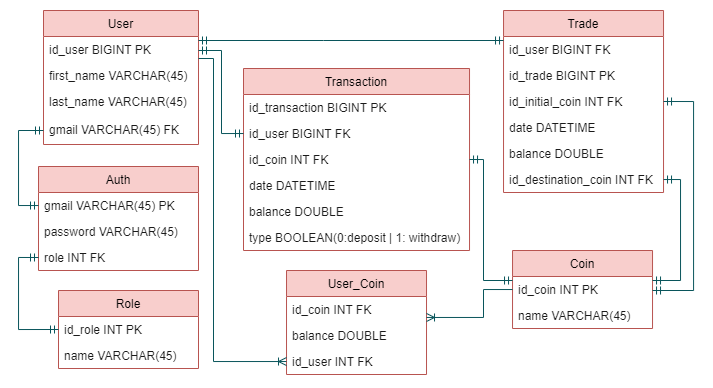
Above: Diagramas/Diagrama Entidad-Relación.png in LeoGrigoriadis/Proyecto-Final-Java (draw.io), before the change. Source tidied: cells renumbered, new cells last; positions are measured from the earlier drawing's top-left corner, leaving out a move shared by most shapes. Its diagram source:
```xml
<mxGraphModel>
  <root>
    <mxCell id="0" />
    <mxCell id="1" parent="0" />
    <mxCell id="2" value="Auth" style="swimlane;fontStyle=0;horizontal=1;startSize=26;fillColor=#f8cecc;strokeColor=#b85450;swimlaneFillColor=default;" parent="1" vertex="1">
      <mxGeometry x="20" y="156" width="160" height="104" as="geometry" />
    </mxCell>
    <mxCell id="3" value="gmail VARCHAR(45) PK" style="text;strokeColor=none;fillColor=none;align=left;verticalAlign=top;spacingLeft=4;spacingRight=4;overflow=hidden;points=[[0,0.5],[1,0.5]];portConstraint=eastwest;fontColor=#1A1A1A;" parent="2" vertex="1">
      <mxGeometry y="26" width="160" height="26" as="geometry" />
    </mxCell>
    <mxCell id="4" value="password VARCHAR(45)" style="text;strokeColor=none;fillColor=none;align=left;verticalAlign=top;spacingLeft=4;spacingRight=4;overflow=hidden;fontColor=#1A1A1A;" parent="2" vertex="1">
      <mxGeometry y="52" width="160" height="26" as="geometry" />
    </mxCell>
    <mxCell id="5" value="role INT FK" style="text;strokeColor=none;fillColor=none;align=left;verticalAlign=top;spacingLeft=4;spacingRight=4;overflow=hidden;points=[[0,0.5],[1,0.5]];portConstraint=eastwest;fontColor=#1A1A1A;" parent="2" vertex="1">
      <mxGeometry y="78" width="160" height="26" as="geometry" />
    </mxCell>
    <mxCell id="6" value="Role" style="swimlane;fontStyle=0;horizontal=1;startSize=26;fillColor=#f8cecc;strokeColor=#b85450;swimlaneFillColor=default;" parent="1" vertex="1">
      <mxGeometry x="40" y="280" width="140" height="78" as="geometry" />
    </mxCell>
    <mxCell id="7" value="id_role INT PK" style="text;strokeColor=none;fillColor=none;align=left;verticalAlign=top;spacingLeft=4;spacingRight=4;overflow=hidden;points=[[0,0.5],[1,0.5]];portConstraint=eastwest;fontColor=#1A1A1A;" parent="6" vertex="1">
      <mxGeometry y="26" width="140" height="26" as="geometry" />
    </mxCell>
    <mxCell id="8" value="name VARCHAR(45)" style="text;strokeColor=none;fillColor=none;align=left;verticalAlign=top;spacingLeft=4;spacingRight=4;overflow=hidden;fontColor=#1A1A1A;" parent="6" vertex="1">
      <mxGeometry y="52" width="140" height="26" as="geometry" />
    </mxCell>
    <mxCell id="9" value="User" style="swimlane;fontStyle=0;horizontal=1;startSize=26;fillColor=#f8cecc;strokeColor=#b85450;swimlaneFillColor=default;" parent="1" vertex="1">
      <mxGeometry x="25" width="155" height="134" as="geometry" />
    </mxCell>
    <mxCell id="10" value="id_user BIGINT PK" style="text;strokeColor=none;fillColor=none;align=left;verticalAlign=top;spacingLeft=4;spacingRight=4;overflow=hidden;points=[[0,0.5],[1,0.5]];portConstraint=eastwest;fontColor=#1A1A1A;" parent="9" vertex="1">
      <mxGeometry y="26" width="155" height="26" as="geometry" />
    </mxCell>
    <mxCell id="11" value="first_name VARCHAR(45)" style="text;strokeColor=none;fillColor=none;align=left;verticalAlign=top;spacingLeft=4;spacingRight=4;overflow=hidden;fontColor=#1A1A1A;" parent="9" vertex="1">
      <mxGeometry y="52" width="155" height="26" as="geometry" />
    </mxCell>
    <mxCell id="12" value="last_name VARCHAR(45)" style="text;strokeColor=none;fillColor=none;align=left;verticalAlign=top;spacingLeft=4;spacingRight=4;overflow=hidden;fontColor=#1A1A1A;" parent="9" vertex="1">
      <mxGeometry y="78" width="155" height="28" as="geometry" />
    </mxCell>
    <mxCell id="13" value="gmail VARCHAR(45) FK" style="text;strokeColor=none;fillColor=none;align=left;verticalAlign=top;spacingLeft=4;spacingRight=4;overflow=hidden;points=[[0,0.5],[1,0.5]];portConstraint=eastwest;fontColor=#1A1A1A;" parent="9" vertex="1">
      <mxGeometry y="106" width="155" height="28" as="geometry" />
    </mxCell>
    <mxCell id="14" value="Coin" style="swimlane;fontStyle=0;horizontal=1;startSize=26;fillColor=#f8cecc;strokeColor=#b85450;swimlaneFillColor=default;" parent="1" vertex="1">
      <mxGeometry x="494" y="240" width="140" height="78" as="geometry" />
    </mxCell>
    <mxCell id="15" value="id_coin INT PK" style="text;strokeColor=none;fillColor=none;align=left;verticalAlign=top;spacingLeft=4;spacingRight=4;overflow=hidden;points=[[0,0.5],[1,0.5]];portConstraint=eastwest;fontColor=#1A1A1A;" parent="14" vertex="1">
      <mxGeometry y="26" width="140" height="26" as="geometry" />
    </mxCell>
    <mxCell id="16" value="name VARCHAR(45)" style="text;strokeColor=none;fillColor=none;align=left;verticalAlign=top;spacingLeft=4;spacingRight=4;overflow=hidden;fontColor=#1A1A1A;" parent="14" vertex="1">
      <mxGeometry y="52" width="140" height="26" as="geometry" />
    </mxCell>
    <mxCell id="17" value="Transaction" style="swimlane;fontStyle=0;horizontal=1;startSize=26;fillColor=#f8cecc;strokeColor=#b85450;swimlaneFillColor=default;" parent="1" vertex="1">
      <mxGeometry x="225" y="58" width="226" height="182" as="geometry" />
    </mxCell>
    <mxCell id="18" value="id_transaction BIGINT PK" style="text;strokeColor=none;fillColor=none;align=left;verticalAlign=top;spacingLeft=4;spacingRight=4;overflow=hidden;fontColor=#1A1A1A;" parent="17" vertex="1">
      <mxGeometry y="26" width="226" height="26" as="geometry" />
    </mxCell>
    <mxCell id="19" value="id_user BIGINT FK" style="text;strokeColor=none;fillColor=none;align=left;verticalAlign=top;spacingLeft=4;spacingRight=4;overflow=hidden;points=[[0,0.5],[1,0.5]];portConstraint=eastwest;fontColor=#1A1A1A;" parent="17" vertex="1">
      <mxGeometry y="52" width="226" height="26" as="geometry" />
    </mxCell>
    <mxCell id="20" value="id_coin INT FK" style="text;strokeColor=none;fillColor=none;align=left;verticalAlign=top;spacingLeft=4;spacingRight=4;overflow=hidden;points=[[0,0.5],[1,0.5]];portConstraint=eastwest;fontColor=#1A1A1A;" parent="17" vertex="1">
      <mxGeometry y="78" width="226" height="26" as="geometry" />
    </mxCell>
    <mxCell id="21" value="date DATETIME" style="text;strokeColor=none;fillColor=none;align=left;verticalAlign=top;spacingLeft=4;spacingRight=4;overflow=hidden;fontColor=#1A1A1A;" parent="17" vertex="1">
      <mxGeometry y="104" width="226" height="26" as="geometry" />
    </mxCell>
    <mxCell id="22" value="balance DOUBLE" style="text;strokeColor=none;fillColor=none;align=left;verticalAlign=top;spacingLeft=4;spacingRight=4;overflow=hidden;fontColor=#1A1A1A;" parent="17" vertex="1">
      <mxGeometry y="130" width="226" height="26" as="geometry" />
    </mxCell>
    <mxCell id="23" value="type BOOLEAN(0:deposit | 1: withdraw)" style="text;strokeColor=none;fillColor=none;align=left;verticalAlign=top;spacingLeft=4;spacingRight=4;overflow=hidden;fontColor=#1A1A1A;" parent="17" vertex="1">
      <mxGeometry y="156" width="226" height="26" as="geometry" />
    </mxCell>
    <mxCell id="24" value="User_Coin" style="swimlane;fontStyle=0;horizontal=1;startSize=26;fillColor=#f8cecc;strokeColor=#b85450;swimlaneFillColor=default;" parent="1" vertex="1">
      <mxGeometry x="268" y="260" width="140" height="104" as="geometry" />
    </mxCell>
    <mxCell id="25" value="id_coin INT FK" style="text;strokeColor=none;fillColor=none;align=left;verticalAlign=top;spacingLeft=4;spacingRight=4;overflow=hidden;points=[[0,0.5],[1,0.5]];portConstraint=eastwest;fontColor=#1A1A1A;" parent="24" vertex="1">
      <mxGeometry y="26" width="140" height="26" as="geometry" />
    </mxCell>
    <mxCell id="26" value="balance DOUBLE" style="text;strokeColor=none;fillColor=none;align=left;verticalAlign=top;spacingLeft=4;spacingRight=4;overflow=hidden;fontColor=#1A1A1A;" parent="24" vertex="1">
      <mxGeometry y="52" width="140" height="26" as="geometry" />
    </mxCell>
    <mxCell id="27" value="id_user INT FK" style="text;strokeColor=none;fillColor=none;align=left;verticalAlign=top;spacingLeft=4;spacingRight=4;overflow=hidden;points=[[0,0.5],[1,0.5]];portConstraint=eastwest;fontColor=#1A1A1A;" parent="24" vertex="1">
      <mxGeometry y="78" width="140" height="26" as="geometry" />
    </mxCell>
    <mxCell id="28" value="Trade" style="swimlane;fontStyle=0;horizontal=1;startSize=26;fillColor=#f8cecc;strokeColor=#b85450;swimlaneFillColor=default;" parent="1" vertex="1">
      <mxGeometry x="485" width="160" height="182" as="geometry" />
    </mxCell>
    <mxCell id="29" value="id_user BIGINT FK" style="text;strokeColor=none;fillColor=none;align=left;verticalAlign=top;spacingLeft=4;spacingRight=4;overflow=hidden;points=[[0,0.5],[1,0.5]];portConstraint=eastwest;fontColor=#1A1A1A;" parent="28" vertex="1">
      <mxGeometry y="26" width="160" height="26" as="geometry" />
    </mxCell>
    <mxCell id="30" value="id_trade BIGINT PK" style="text;strokeColor=none;fillColor=none;align=left;verticalAlign=top;spacingLeft=4;spacingRight=4;overflow=hidden;fontColor=#1A1A1A;" parent="28" vertex="1">
      <mxGeometry y="52" width="160" height="26" as="geometry" />
    </mxCell>
    <mxCell id="31" value="id_initial_coin INT FK" style="text;strokeColor=none;fillColor=none;align=left;verticalAlign=top;spacingLeft=4;spacingRight=4;overflow=hidden;points=[[0,0.5],[1,0.5]];portConstraint=eastwest;fontColor=#1A1A1A;" parent="28" vertex="1">
      <mxGeometry y="78" width="160" height="26" as="geometry" />
    </mxCell>
    <mxCell id="32" value="date DATETIME" style="text;strokeColor=none;fillColor=none;align=left;verticalAlign=top;spacingLeft=4;spacingRight=4;overflow=hidden;fontColor=#1A1A1A;" parent="28" vertex="1">
      <mxGeometry y="104" width="160" height="26" as="geometry" />
    </mxCell>
    <mxCell id="33" value="balance DOUBLE" style="text;strokeColor=none;fillColor=none;align=left;verticalAlign=top;spacingLeft=4;spacingRight=4;overflow=hidden;fontColor=#1A1A1A;" parent="28" vertex="1">
      <mxGeometry y="130" width="160" height="26" as="geometry" />
    </mxCell>
    <mxCell id="34" value="id_destination_coin INT FK" style="text;strokeColor=none;fillColor=none;align=left;verticalAlign=top;spacingLeft=4;spacingRight=4;overflow=hidden;points=[[0,0.5],[1,0.5]];portConstraint=eastwest;fontColor=#1A1A1A;" parent="28" vertex="1">
      <mxGeometry y="156" width="160" height="26" as="geometry" />
    </mxCell>
    <mxCell id="35" style="edgeStyle=orthogonalEdgeStyle;fontSize=12;html=1;endArrow=ERmandOne;startArrow=ERmandOne;rounded=0;entryX=1;entryY=0.5;entryDx=0;entryDy=0;strokeColor=#09555B;fontColor=#1A1A1A;" parent="1" edge="1" source="15" target="20">
      <mxGeometry relative="1" as="geometry">
        <Array as="points">
          <mxPoint x="465" y="270" />
          <mxPoint x="465" y="149" />
        </Array>
      </mxGeometry>
    </mxCell>
    <mxCell id="36" style="edgeStyle=orthogonalEdgeStyle;fontSize=12;html=1;endArrow=ERmandOne;startArrow=ERmandOne;rounded=0;entryX=1;entryY=0.5;entryDx=0;entryDy=0;strokeColor=#09555B;fontColor=#1A1A1A;" parent="1" edge="1" source="15" target="31">
      <mxGeometry relative="1" as="geometry">
        <Array as="points">
          <mxPoint x="675.1" y="280" />
          <mxPoint x="675.1" y="91" />
        </Array>
      </mxGeometry>
    </mxCell>
    <mxCell id="37" style="edgeStyle=orthogonalEdgeStyle;fontSize=12;html=1;endArrow=ERmandOne;startArrow=ERmandOne;rounded=0;strokeColor=#09555B;fontColor=#1A1A1A;" parent="1" edge="1" source="19" target="10">
      <mxGeometry relative="1" as="geometry">
        <Array as="points">
          <mxPoint x="203" y="123" />
          <mxPoint x="203" y="40" />
        </Array>
      </mxGeometry>
    </mxCell>
    <mxCell id="38" style="edgeStyle=orthogonalEdgeStyle;fontSize=12;html=1;endArrow=ERmandOne;startArrow=ERmandOne;rounded=0;strokeColor=#09555B;fontColor=#1A1A1A;" parent="1" edge="1" source="10" target="29">
      <mxGeometry relative="1" as="geometry">
        <Array as="points">
          <mxPoint x="305" y="30" />
          <mxPoint x="305" y="30" />
        </Array>
      </mxGeometry>
    </mxCell>
    <mxCell id="39" style="edgeStyle=orthogonalEdgeStyle;fontSize=12;html=1;endArrow=ERmandOne;startArrow=ERmandOne;rounded=0;entryX=0;entryY=0.5;entryDx=0;entryDy=0;strokeColor=#09555B;fontColor=#1A1A1A;exitX=0;exitY=0.5;exitDx=0;exitDy=0;" parent="1" edge="1" source="5" target="7">
      <mxGeometry relative="1" as="geometry">
        <Array as="points">
          <mxPoint y="247" />
          <mxPoint y="319" />
        </Array>
      </mxGeometry>
    </mxCell>
    <mxCell id="40" style="edgeStyle=orthogonalEdgeStyle;fontSize=12;html=1;endArrow=ERmandOne;startArrow=ERmandOne;rounded=0;entryX=0;entryY=0.5;entryDx=0;entryDy=0;strokeColor=#09555B;fontColor=#1A1A1A;" parent="1" edge="1" source="3" target="13">
      <mxGeometry relative="1" as="geometry">
        <Array as="points">
          <mxPoint y="195" />
          <mxPoint y="120" />
        </Array>
      </mxGeometry>
    </mxCell>
    <mxCell id="41" style="edgeStyle=orthogonalEdgeStyle;fontSize=12;html=1;endArrow=ERoneToMany;rounded=0;strokeColor=#09555B;fontColor=#1A1A1A;" parent="1" edge="1" source="10" target="27">
      <mxGeometry relative="1" as="geometry">
        <Array as="points">
          <mxPoint x="195" y="48" />
          <mxPoint x="195" y="351" />
        </Array>
      </mxGeometry>
    </mxCell>
    <mxCell id="42" style="edgeStyle=orthogonalEdgeStyle;fontSize=12;html=1;endArrow=ERoneToMany;rounded=0;strokeColor=#09555B;fontColor=#1A1A1A;" parent="1" edge="1" source="15" target="25">
      <mxGeometry relative="1" as="geometry">
        <Array as="points">
          <mxPoint x="465" y="279" />
          <mxPoint x="465" y="307" />
        </Array>
      </mxGeometry>
    </mxCell>
    <mxCell id="43" style="edgeStyle=orthogonalEdgeStyle;fontSize=12;html=1;endArrow=ERmandOne;startArrow=ERmandOne;rounded=0;strokeColor=#09555B;fontColor=#1A1A1A;" parent="1" edge="1" source="15" target="34">
      <mxGeometry relative="1" as="geometry">
        <Array as="points">
          <mxPoint x="662.1" y="270" />
          <mxPoint x="662.1" y="169" />
        </Array>
      </mxGeometry>
    </mxCell>
  </root>
</mxGraphModel>
```
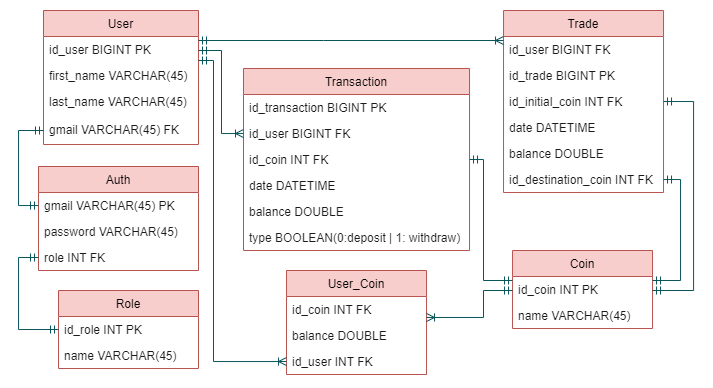
The same diagram one commit later.

Commit message:
Cambio en el diagrama Entidad-Relación

Cambié el tipo de relación entre User y Transaction y la relación entre User y Trade

Diff of the diagram source:
```diff
@@ -117,7 +117,7 @@
         </Array>
       </mxGeometry>
     </mxCell>
-    <mxCell id="37" style="edgeStyle=orthogonalEdgeStyle;fontSize=12;html=1;endArrow=ERmandOne;startArrow=ERmandOne;rounded=0;strokeColor=#09555B;fontColor=#1A1A1A;" parent="1" edge="1" source="19" target="10">
+    <mxCell id="37" style="edgeStyle=orthogonalEdgeStyle;fontSize=12;html=1;endArrow=ERmandOne;startArrow=ERoneToMany;rounded=0;strokeColor=#09555B;fontColor=#1A1A1A;startFill=0;" parent="1" edge="1" source="19" target="10">
       <mxGeometry relative="1" as="geometry">
         <Array as="points">
           <mxPoint x="203" y="123" />
@@ -125,7 +125,7 @@
         </Array>
       </mxGeometry>
     </mxCell>
-    <mxCell id="38" style="edgeStyle=orthogonalEdgeStyle;fontSize=12;html=1;endArrow=ERmandOne;startArrow=ERmandOne;rounded=0;strokeColor=#09555B;fontColor=#1A1A1A;" parent="1" edge="1" source="10" target="29">
+    <mxCell id="38" style="edgeStyle=orthogonalEdgeStyle;fontSize=12;html=1;endArrow=ERoneToMany;startArrow=ERmandOne;rounded=0;strokeColor=#09555B;fontColor=#1A1A1A;endFill=0;" parent="1" edge="1" source="10" target="29">
       <mxGeometry relative="1" as="geometry">
         <Array as="points">
           <mxPoint x="305" y="30" />
@@ -149,18 +149,18 @@
         </Array>
       </mxGeometry>
     </mxCell>
-    <mxCell id="41" style="edgeStyle=orthogonalEdgeStyle;fontSize=12;html=1;endArrow=ERoneToMany;rounded=0;strokeColor=#09555B;fontColor=#1A1A1A;" parent="1" edge="1" source="10" target="27">
+    <mxCell id="41" style="edgeStyle=orthogonalEdgeStyle;fontSize=12;html=1;endArrow=ERoneToMany;rounded=0;strokeColor=#09555B;fontColor=#1A1A1A;startArrow=ERmandOne;startFill=0;" parent="1" edge="1" source="10" target="27">
       <mxGeometry relative="1" as="geometry">
         <Array as="points">
-          <mxPoint x="195" y="48" />
+          <mxPoint x="195" y="50" />
           <mxPoint x="195" y="351" />
         </Array>
       </mxGeometry>
     </mxCell>
-    <mxCell id="42" style="edgeStyle=orthogonalEdgeStyle;fontSize=12;html=1;endArrow=ERoneToMany;rounded=0;strokeColor=#09555B;fontColor=#1A1A1A;" parent="1" edge="1" source="15" target="25">
+    <mxCell id="42" style="edgeStyle=orthogonalEdgeStyle;fontSize=12;html=1;endArrow=ERoneToMany;rounded=0;strokeColor=#09555B;fontColor=#1A1A1A;startArrow=ERmandOne;startFill=0;" parent="1" edge="1" source="15" target="25">
       <mxGeometry relative="1" as="geometry">
         <Array as="points">
-          <mxPoint x="465" y="279" />
+          <mxPoint x="465" y="280" />
           <mxPoint x="465" y="307" />
         </Array>
       </mxGeometry>
```
